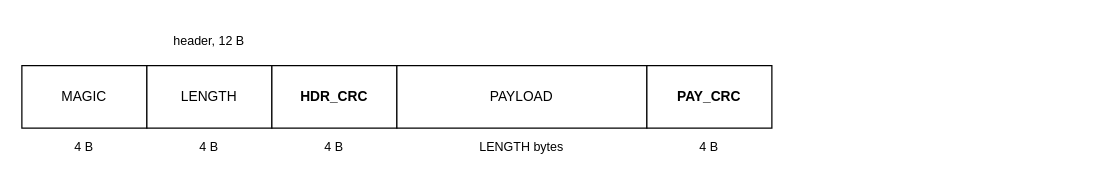
This is page "Boot frame" (3 of 5) of doc/figures/drawio/QNSC_BOOT.drawio from quynhonsemiconductor/vlsi_deep_training, a draw.io file, before an edit. Source tidied: cells renumbered, new cells numbered last; positions are measured from the earlier drawing's top-left corner, leaving out a move shared by most shapes. Both pictures are drawn from the tidied source at 125%, with x=0, y=0 at pixel (21, 21).
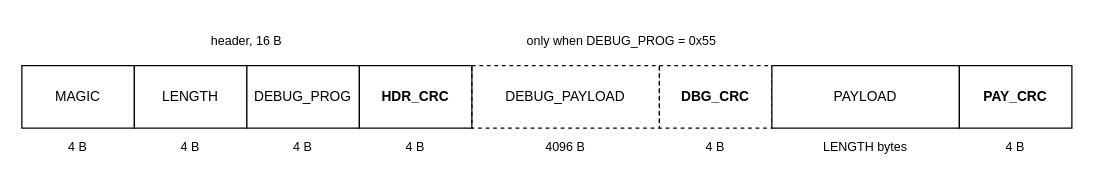
The same page after the edit.

Diff of the diagram source:
```diff
@@
 <mxGraphModel>
   <root>
     <mxCell id="0" />
     <mxCell id="1" parent="0" />
     <mxCell id="2" value="MAGIC" style="rounded=0;whiteSpace=wrap;html=1;fillColor=#ffffff;strokeColor=#000000;fontSize=11;dashed=0;verticalAlign=middle;" parent="1" vertex="1">
-      <mxGeometry y="35" width="100" height="50" as="geometry" />
+      <mxGeometry y="35" width="90" height="50" as="geometry" />
     </mxCell>
     <mxCell id="3" value="4 B" style="rounded=0;whiteSpace=wrap;html=1;fillColor=none;strokeColor=none;fontSize=10;dashed=0;verticalAlign=middle;" parent="1" vertex="1">
-      <mxGeometry y="90" width="100" height="20" as="geometry" />
+      <mxGeometry y="90" width="90" height="20" as="geometry" />
     </mxCell>
     <mxCell id="4" value="LENGTH" style="rounded=0;whiteSpace=wrap;html=1;fillColor=#ffffff;strokeColor=#000000;fontSize=11;dashed=0;verticalAlign=middle;" parent="1" vertex="1">
-      <mxGeometry x="100" y="35" width="100" height="50" as="geometry" />
+      <mxGeometry x="90" y="35" width="90" height="50" as="geometry" />
     </mxCell>
     <mxCell id="5" value="4 B" style="rounded=0;whiteSpace=wrap;html=1;fillColor=none;strokeColor=none;fontSize=10;dashed=0;verticalAlign=middle;" parent="1" vertex="1">
-      <mxGeometry x="100" y="90" width="100" height="20" as="geometry" />
+      <mxGeometry x="90" y="90" width="90" height="20" as="geometry" />
     </mxCell>
-    <mxCell id="6" value="HDR_CRC" style="rounded=0;whiteSpace=wrap;html=1;fillColor=#ffffff;strokeColor=#000000;fontSize=11;dashed=0;fontStyle=1;verticalAlign=middle;" parent="1" vertex="1">
-      <mxGeometry x="200" y="35" width="100" height="50" as="geometry" />
+    <mxCell id="6" value="DEBUG_PROG" style="rounded=0;whiteSpace=wrap;html=1;fillColor=#ffffff;strokeColor=#000000;fontSize=11;dashed=0;verticalAlign=middle;" parent="1" vertex="1">
+      <mxGeometry x="180" y="35" width="90" height="50" as="geometry" />
     </mxCell>
     <mxCell id="7" value="4 B" style="rounded=0;whiteSpace=wrap;html=1;fillColor=none;strokeColor=none;fontSize=10;dashed=0;verticalAlign=middle;" parent="1" vertex="1">
-      <mxGeometry x="200" y="90" width="100" height="20" as="geometry" />
+      <mxGeometry x="180" y="90" width="90" height="20" as="geometry" />
     </mxCell>
-    <mxCell id="8" value="PAYLOAD" style="rounded=0;whiteSpace=wrap;html=1;fillColor=#ffffff;strokeColor=#000000;fontSize=11;dashed=0;verticalAlign=middle;" parent="1" vertex="1">
-      <mxGeometry x="300" y="35" width="200" height="50" as="geometry" />
+    <mxCell id="8" value="HDR_CRC" style="rounded=0;whiteSpace=wrap;html=1;fillColor=#ffffff;strokeColor=#000000;fontSize=11;dashed=0;fontStyle=1;verticalAlign=middle;" parent="1" vertex="1">
+      <mxGeometry x="270" y="35" width="90" height="50" as="geometry" />
     </mxCell>
-    <mxCell id="9" value="LENGTH bytes" style="rounded=0;whiteSpace=wrap;html=1;fillColor=none;strokeColor=none;fontSize=10;dashed=0;verticalAlign=middle;" parent="1" vertex="1">
-      <mxGeometry x="300" y="90" width="200" height="20" as="geometry" />
+    <mxCell id="9" value="4 B" style="rounded=0;whiteSpace=wrap;html=1;fillColor=none;strokeColor=none;fontSize=10;dashed=0;verticalAlign=middle;" parent="1" vertex="1">
+      <mxGeometry x="270" y="90" width="90" height="20" as="geometry" />
     </mxCell>
-    <mxCell id="10" value="PAY_CRC" style="rounded=0;whiteSpace=wrap;html=1;fillColor=#ffffff;strokeColor=#000000;fontSize=11;dashed=0;fontStyle=1;verticalAlign=middle;" parent="1" vertex="1">
-      <mxGeometry x="500" y="35" width="100" height="50" as="geometry" />
+    <mxCell id="10" value="DEBUG_PAYLOAD" style="rounded=0;whiteSpace=wrap;html=1;fillColor=none;strokeColor=#000000;fontSize=11;dashed=1;verticalAlign=middle;" parent="1" vertex="1">
+      <mxGeometry x="360" y="35" width="150" height="50" as="geometry" />
     </mxCell>
-    <mxCell id="11" value="4 B" style="rounded=0;whiteSpace=wrap;html=1;fillColor=none;strokeColor=none;fontSize=10;dashed=0;verticalAlign=middle;" parent="1" vertex="1">
-      <mxGeometry x="500" y="90" width="100" height="20" as="geometry" />
+    <mxCell id="11" value="4096 B" style="rounded=0;whiteSpace=wrap;html=1;fillColor=none;strokeColor=none;fontSize=10;dashed=0;verticalAlign=middle;" parent="1" vertex="1">
+      <mxGeometry x="360" y="90" width="150" height="20" as="geometry" />
     </mxCell>
+    <mxCell id="13" value="DBG_CRC" style="rounded=0;whiteSpace=wrap;html=1;fillColor=none;strokeColor=#000000;fontSize=11;dashed=1;fontStyle=1;verticalAlign=middle;" parent="1" vertex="1">
+      <mxGeometry x="510" y="35" width="90" height="50" as="geometry" />
+    </mxCell>
+    <mxCell id="14" value="4 B" style="rounded=0;whiteSpace=wrap;html=1;fillColor=none;strokeColor=none;fontSize=10;dashed=0;verticalAlign=middle;" parent="1" vertex="1">
+      <mxGeometry x="510" y="90" width="90" height="20" as="geometry" />
+    </mxCell>
+    <mxCell id="15" value="PAYLOAD" style="rounded=0;whiteSpace=wrap;html=1;fillColor=#ffffff;strokeColor=#000000;fontSize=11;dashed=0;verticalAlign=middle;" parent="1" vertex="1">
+      <mxGeometry x="600" y="35" width="150" height="50" as="geometry" />
+    </mxCell>
+    <mxCell id="16" value="LENGTH bytes" style="rounded=0;whiteSpace=wrap;html=1;fillColor=none;strokeColor=none;fontSize=10;dashed=0;verticalAlign=middle;" parent="1" vertex="1">
+      <mxGeometry x="600" y="90" width="150" height="20" as="geometry" />
+    </mxCell>
+    <mxCell id="17" value="PAY_CRC" style="rounded=0;whiteSpace=wrap;html=1;fillColor=#ffffff;strokeColor=#000000;fontSize=11;dashed=0;fontStyle=1;verticalAlign=middle;" parent="1" vertex="1">
+      <mxGeometry x="750" y="35" width="90" height="50" as="geometry" />
+    </mxCell>
+    <mxCell id="18" value="4 B" style="rounded=0;whiteSpace=wrap;html=1;fillColor=none;strokeColor=none;fontSize=10;dashed=0;verticalAlign=middle;" parent="1" vertex="1">
+      <mxGeometry x="750" y="90" width="90" height="20" as="geometry" />
+    </mxCell>
-    <mxCell id="12" value="header, 12 B" style="rounded=0;whiteSpace=wrap;html=1;fillColor=none;strokeColor=none;fontSize=10;dashed=0;verticalAlign=middle;" parent="1" vertex="1">
-      <mxGeometry width="300" height="30" as="geometry" />
+    <mxCell id="12" value="header, 16 B" style="rounded=0;whiteSpace=wrap;html=1;fillColor=none;strokeColor=none;fontSize=10;dashed=0;verticalAlign=middle;" parent="1" vertex="1">
+      <mxGeometry width="360" height="30" as="geometry" />
     </mxCell>
+    <mxCell id="19" value="only when DEBUG_PROG = 0x55" style="rounded=0;whiteSpace=wrap;html=1;fillColor=none;strokeColor=none;fontSize=10;dashed=0;verticalAlign=middle;" parent="1" vertex="1">
+      <mxGeometry x="360" width="240" height="30" as="geometry" />
+    </mxCell>
   </root>
 </mxGraphModel>
```
